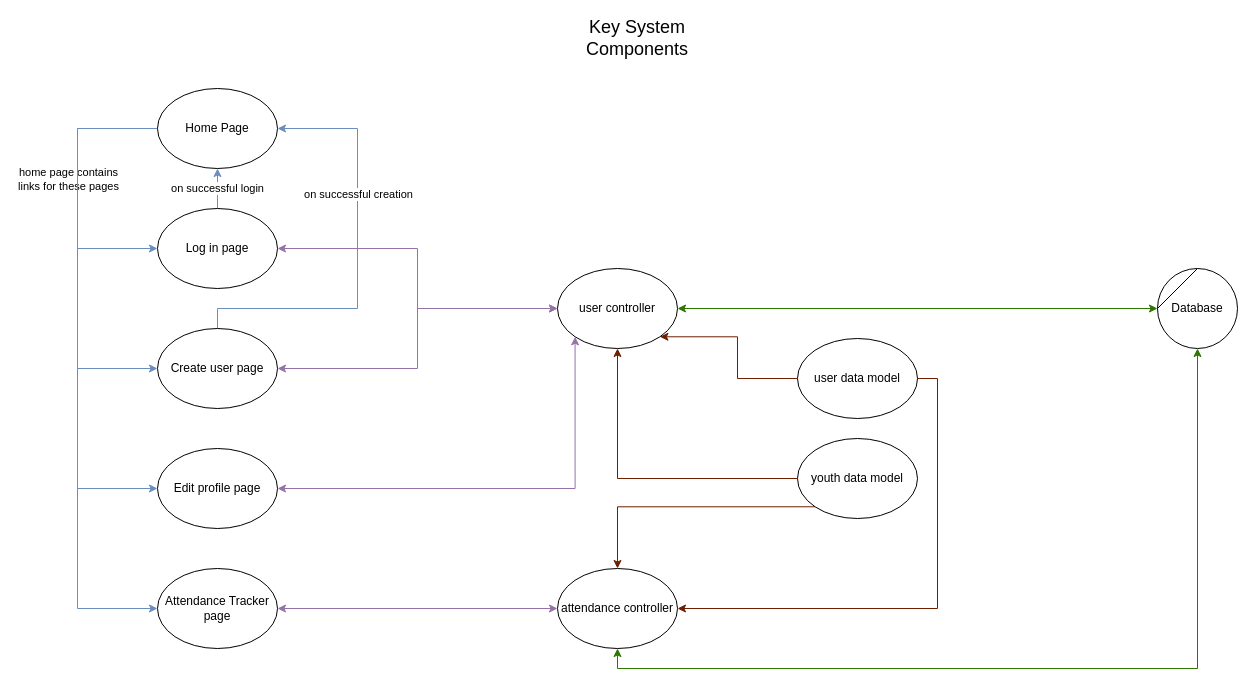
This is Documentation/Diagrams/Key_System_Components.drawio from JSDale/AdvancedDbAssessment, a draw.io file, before an edit. Source tidied: cells renumbered, new cells numbered last; positions are measured from the earlier drawing's top-left corner, leaving out a move shared by most shapes. Both pictures are drawn from the tidied source at 100%, with x=0, y=0 at pixel (77, 28).
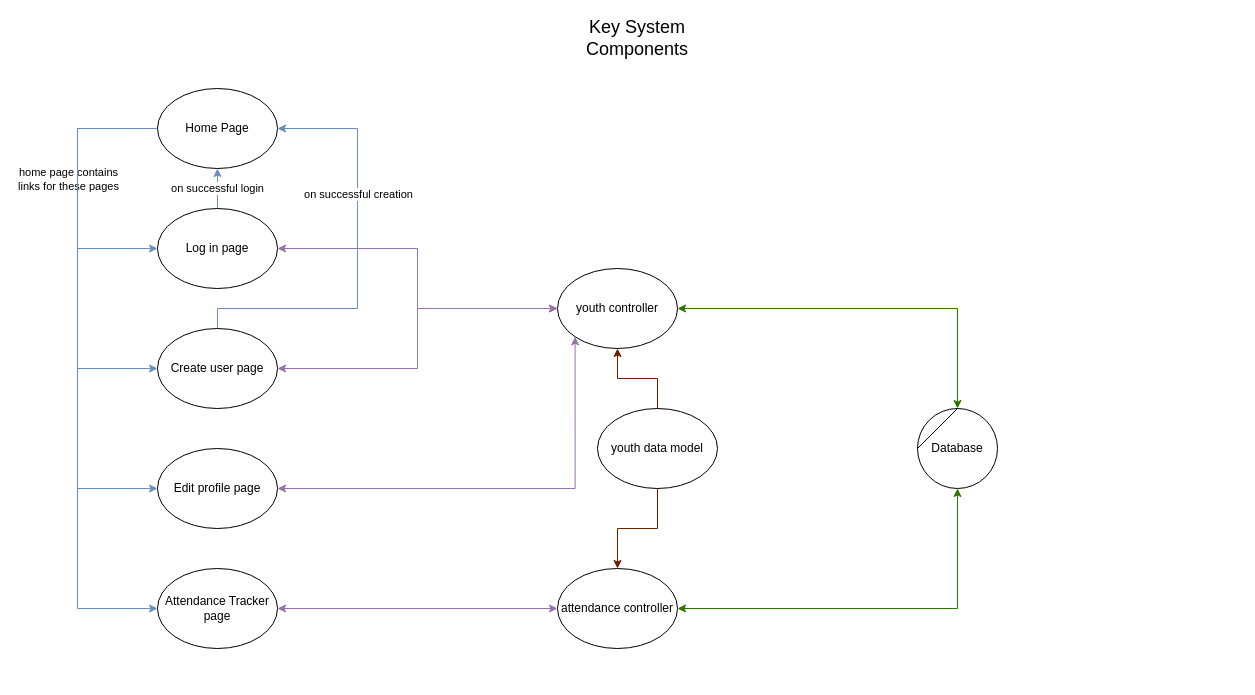
The same diagram, later.

Unchanged cells that the change refers to:
```xml
<mxCell id="29" value="attendance controller" style="ellipse;whiteSpace=wrap;html=1;" parent="1" vertex="1">
  <mxGeometry x="480" y="540" width="120" height="80" as="geometry" />
</mxCell>
<mxCell id="32" value="&lt;div&gt;Database&lt;/div&gt;" style="ellipse;whiteSpace=wrap;html=1;strokeColor=#000000;" parent="31" vertex="1">
  <mxGeometry width="80" height="80" as="geometry" />
</mxCell>
```

Diff of the diagram source:
```diff
@@
-    <mxCell id="20" style="edgeStyle=orthogonalEdgeStyle;rounded=0;jettySize=auto;html=1;exitX=1;exitY=0.5;exitDx=0;exitDy=0;entryX=0;entryY=0.5;entryDx=0;entryDy=0;startArrow=classic;startFill=1;fillColor=#60a917;strokeColor=#2D7600;" parent="1" edge="1" source="21" target="32">
+    <mxCell id="20" style="edgeStyle=orthogonalEdgeStyle;rounded=0;jettySize=auto;html=1;exitX=1;exitY=0.5;exitDx=0;exitDy=0;fillColor=#60a917;strokeColor=#2D7600;startArrow=classic;startFill=1;" parent="1" edge="1" source="21" target="32">
       <mxGeometry relative="1" as="geometry" />
     </mxCell>
-    <mxCell id="21" value="user controller" style="ellipse;whiteSpace=wrap;html=1;" parent="1" vertex="1">
+    <mxCell id="21" value="youth controller" style="ellipse;whiteSpace=wrap;html=1;" parent="1" vertex="1">
       <mxGeometry x="480" y="240" width="120" height="80" as="geometry" />
     </mxCell>
-    <mxCell id="22" style="edgeStyle=orthogonalEdgeStyle;rounded=0;jettySize=auto;html=1;exitX=0;exitY=0.5;exitDx=0;exitDy=0;entryX=1;entryY=1;entryDx=0;entryDy=0;fillColor=#a0522d;strokeColor=#6D1F00;" parent="1" edge="1" source="24" target="21">
-      <mxGeometry relative="1" as="geometry" />
-    </mxCell>
-    <mxCell id="23" style="edgeStyle=orthogonalEdgeStyle;rounded=0;jettySize=auto;html=1;exitX=1;exitY=0.5;exitDx=0;exitDy=0;entryX=1;entryY=0.5;entryDx=0;entryDy=0;fillColor=#a0522d;strokeColor=#6D1F00;" parent="1" edge="1" source="24" target="29">
-      <mxGeometry relative="1" as="geometry" />
-    </mxCell>
-    <mxCell id="24" value="user data model" style="ellipse;whiteSpace=wrap;html=1;" parent="1" vertex="1">
-      <mxGeometry x="720" y="310" width="120" height="80" as="geometry" />
-    </mxCell>
-    <mxCell id="25" style="edgeStyle=orthogonalEdgeStyle;rounded=0;jettySize=auto;html=1;exitX=0;exitY=0.5;exitDx=0;exitDy=0;entryX=0.5;entryY=1;entryDx=0;entryDy=0;fillColor=#a0522d;strokeColor=#6D1F00;" parent="1" edge="1" source="27" target="21">
+    <mxCell id="25" style="edgeStyle=orthogonalEdgeStyle;rounded=0;jettySize=auto;html=1;exitX=0.5;exitY=0;exitDx=0;exitDy=0;entryX=0.5;entryY=1;entryDx=0;entryDy=0;fillColor=#a0522d;strokeColor=#6D1F00;" parent="1" edge="1" source="27" target="21">
       <mxGeometry relative="1" as="geometry" />
     </mxCell>
-    <mxCell id="26" style="edgeStyle=orthogonalEdgeStyle;rounded=0;jettySize=auto;html=1;exitX=0;exitY=1;exitDx=0;exitDy=0;fillColor=#a0522d;strokeColor=#6D1F00;" parent="1" edge="1" source="27" target="29">
+    <mxCell id="26" style="edgeStyle=orthogonalEdgeStyle;rounded=0;jettySize=auto;html=1;exitX=0.5;exitY=1;exitDx=0;exitDy=0;fillColor=#a0522d;strokeColor=#6D1F00;" parent="1" edge="1" source="27" target="29">
       <mxGeometry relative="1" as="geometry" />
     </mxCell>
     <mxCell id="27" value="youth data model" style="ellipse;whiteSpace=wrap;html=1;" parent="1" vertex="1">
-      <mxGeometry x="720" y="410" width="120" height="80" as="geometry" />
+      <mxGeometry x="520" y="380" width="120" height="80" as="geometry" />
     </mxCell>
-    <mxCell id="28" style="edgeStyle=orthogonalEdgeStyle;rounded=0;jettySize=auto;html=1;exitX=0.5;exitY=1;exitDx=0;exitDy=0;entryX=0.5;entryY=1;entryDx=0;entryDy=0;startArrow=classic;startFill=1;fillColor=#60a917;strokeColor=#2D7600;" parent="1" edge="1" source="29" target="32">
+    <mxCell id="28" style="edgeStyle=orthogonalEdgeStyle;rounded=0;jettySize=auto;html=1;exitX=1;exitY=0.5;exitDx=0;exitDy=0;entryX=0.5;entryY=1;entryDx=0;entryDy=0;fillColor=#60a917;strokeColor=#2D7600;startArrow=classic;startFill=1;" parent="1" edge="1" source="29" target="32">
       <mxGeometry relative="1" as="geometry" />
     </mxCell>
@@
     <mxCell id="30" style="group;" parent="1" vertex="1">
-      <mxGeometry x="1080" y="240" width="80" height="80" as="geometry" />
+      <mxGeometry x="840" y="380" width="80" height="80" as="geometry" />
     </mxCell>
```
